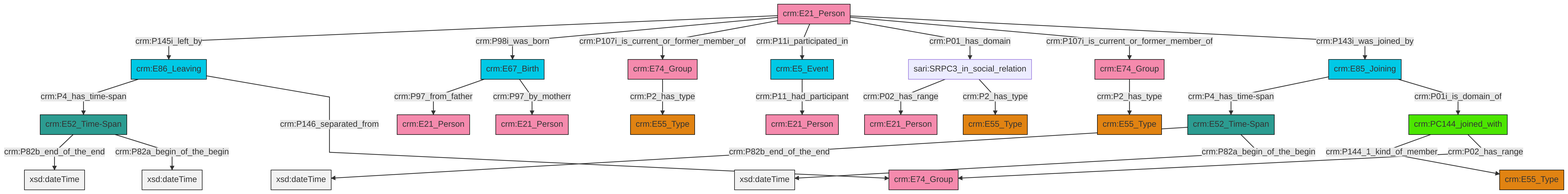
Before: et/personCSV/ttl/mmd/png/Person_Actor_Relations.png, a diagram exported from Mermaid (swiss-art-research-net/docs.swissartresearch). Its source is kept beside it as et/personCSV/ttl/mmd/Person_Actor_Relations.ttl.mmd.
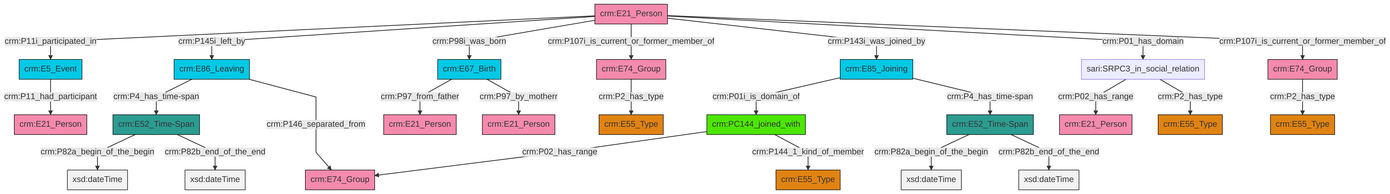
The same diagram one commit later.

The edit, as a diff of the source:
```diff
@@ -13,27 +13,27 @@
 classDef PC_Classes fill:#4ce600, stroke:#000000;
 classDef Multi fill:#cccccc,stroke:#000000;
 
-2["crm:E52_Time-Span"]:::Time-Span -->|crm:P82b_end_of_the_end| 3[xsd:dateTime]:::Literal
-2["crm:E52_Time-Span"]:::Time-Span -->|crm:P82a_begin_of_the_begin| 4[xsd:dateTime]:::Literal
-7["crm:E74_Group"]:::Actor -->|crm:P2_has_type| 8["crm:E55_Type"]:::Type
-11["crm:PC144_joined_with"]:::PC_Classes -->|crm:P144_1_kind_of_member| 12["crm:E55_Type"]:::Type
-5["crm:E86_Leaving"]:::Temporal_Entity -->|crm:P4_has_time-span| 13["crm:E52_Time-Span"]:::Time-Span
-20["crm:E21_Person"]:::Actor -->|crm:P145i_left_by| 5["crm:E86_Leaving"]:::Temporal_Entity
-16["sari:SRPC3_in_social_relation"]:::Default -->|crm:P02_has_range| 14["crm:E21_Person"]:::Actor
-16["sari:SRPC3_in_social_relation"]:::Default -->|crm:P2_has_type| 29["crm:E55_Type"]:::Type
-20["crm:E21_Person"]:::Actor -->|crm:P98i_was_born| 22["crm:E67_Birth"]:::Temporal_Entity
-20["crm:E21_Person"]:::Actor -->|crm:P107i_is_current_or_former_member_of| 7["crm:E74_Group"]:::Actor
-22["crm:E67_Birth"]:::Temporal_Entity -->|crm:P97_from_father| 34["crm:E21_Person"]:::Actor
-20["crm:E21_Person"]:::Actor -->|crm:P11i_participated_in| 9["crm:E5_Event"]:::Temporal_Entity
+0["crm:E21_Person"]:::Actor -->|crm:P11i_participated_in| 1["crm:E5_Event"]:::Temporal_Entity
+0["crm:E21_Person"]:::Actor -->|crm:P145i_left_by| 15["crm:E86_Leaving"]:::Temporal_Entity
+1["crm:E5_Event"]:::Temporal_Entity -->|crm:P11_had_participant| 4["crm:E21_Person"]:::Actor
+0["crm:E21_Person"]:::Actor -->|crm:P98i_was_born| 20["crm:E67_Birth"]:::Temporal_Entity
+20["crm:E67_Birth"]:::Temporal_Entity -->|crm:P97_from_father| 21["crm:E21_Person"]:::Actor
+26["crm:PC144_joined_with"]:::PC_Classes -->|crm:P02_has_range| 27["crm:E74_Group"]:::Actor
+26["crm:PC144_joined_with"]:::PC_Classes -->|crm:P144_1_kind_of_member| 6["crm:E55_Type"]:::Type
+20["crm:E67_Birth"]:::Temporal_Entity -->|crm:P97_by_motherr| 30["crm:E21_Person"]:::Actor
+2["sari:SRPC3_in_social_relation"]:::Default -->|crm:P02_has_range| 9["crm:E21_Person"]:::Actor
+11["crm:E52_Time-Span"]:::Time-Span -->|crm:P82a_begin_of_the_begin| 31[xsd:dateTime]:::Literal
+28["crm:E85_Joining"]:::Temporal_Entity -->|crm:P01i_is_domain_of| 26["crm:PC144_joined_with"]:::PC_Classes
+32["crm:E74_Group"]:::Actor -->|crm:P2_has_type| 18["crm:E55_Type"]:::Type
+13["crm:E52_Time-Span"]:::Time-Span -->|crm:P82a_begin_of_the_begin| 34[xsd:dateTime]:::Literal
 13["crm:E52_Time-Span"]:::Time-Span -->|crm:P82b_end_of_the_end| 35[xsd:dateTime]:::Literal
-13["crm:E52_Time-Span"]:::Time-Span -->|crm:P82a_begin_of_the_begin| 36[xsd:dateTime]:::Literal
-9["crm:E5_Event"]:::Temporal_Entity -->|crm:P11_had_participant| 0["crm:E21_Person"]:::Actor
-22["crm:E67_Birth"]:::Temporal_Entity -->|crm:P97_by_motherr| 39["crm:E21_Person"]:::Actor
-37["crm:E85_Joining"]:::Temporal_Entity -->|crm:P4_has_time-span| 2["crm:E52_Time-Span"]:::Time-Span
-5["crm:E86_Leaving"]:::Temporal_Entity -->|crm:P146_separated_from| 40["crm:E74_Group"]:::Actor
-24["crm:E74_Group"]:::Actor -->|crm:P2_has_type| 26["crm:E55_Type"]:::Type
-20["crm:E21_Person"]:::Actor -->|crm:P01_has_domain| 16["sari:SRPC3_in_social_relation"]:::Default
-20["crm:E21_Person"]:::Actor -->|crm:P107i_is_current_or_former_member_of| 24["crm:E74_Group"]:::Actor
-37["crm:E85_Joining"]:::Temporal_Entity -->|crm:P01i_is_domain_of| 11["crm:PC144_joined_with"]:::PC_Classes
-11["crm:PC144_joined_with"]:::PC_Classes -->|crm:P02_has_range| 40["crm:E74_Group"]:::Actor
-20["crm:E21_Person"]:::Actor -->|crm:P143i_was_joined_by| 37["crm:E85_Joining"]:::Temporal_Entity
+22["crm:E74_Group"]:::Actor -->|crm:P2_has_type| 24["crm:E55_Type"]:::Type
+28["crm:E85_Joining"]:::Temporal_Entity -->|crm:P4_has_time-span| 11["crm:E52_Time-Span"]:::Time-Span
+0["crm:E21_Person"]:::Actor -->|crm:P107i_is_current_or_former_member_of| 22["crm:E74_Group"]:::Actor
+0["crm:E21_Person"]:::Actor -->|crm:P143i_was_joined_by| 28["crm:E85_Joining"]:::Temporal_Entity
+11["crm:E52_Time-Span"]:::Time-Span -->|crm:P82b_end_of_the_end| 41[xsd:dateTime]:::Literal
+0["crm:E21_Person"]:::Actor -->|crm:P01_has_domain| 2["sari:SRPC3_in_social_relation"]:::Default
+15["crm:E86_Leaving"]:::Temporal_Entity -->|crm:P4_has_time-span| 13["crm:E52_Time-Span"]:::Time-Span
+15["crm:E86_Leaving"]:::Temporal_Entity -->|crm:P146_separated_from| 27["crm:E74_Group"]:::Actor
+2["sari:SRPC3_in_social_relation"]:::Default -->|crm:P2_has_type| 43["crm:E55_Type"]:::Type
+0["crm:E21_Person"]:::Actor -->|crm:P107i_is_current_or_former_member_of| 32["crm:E74_Group"]:::Actor
```
